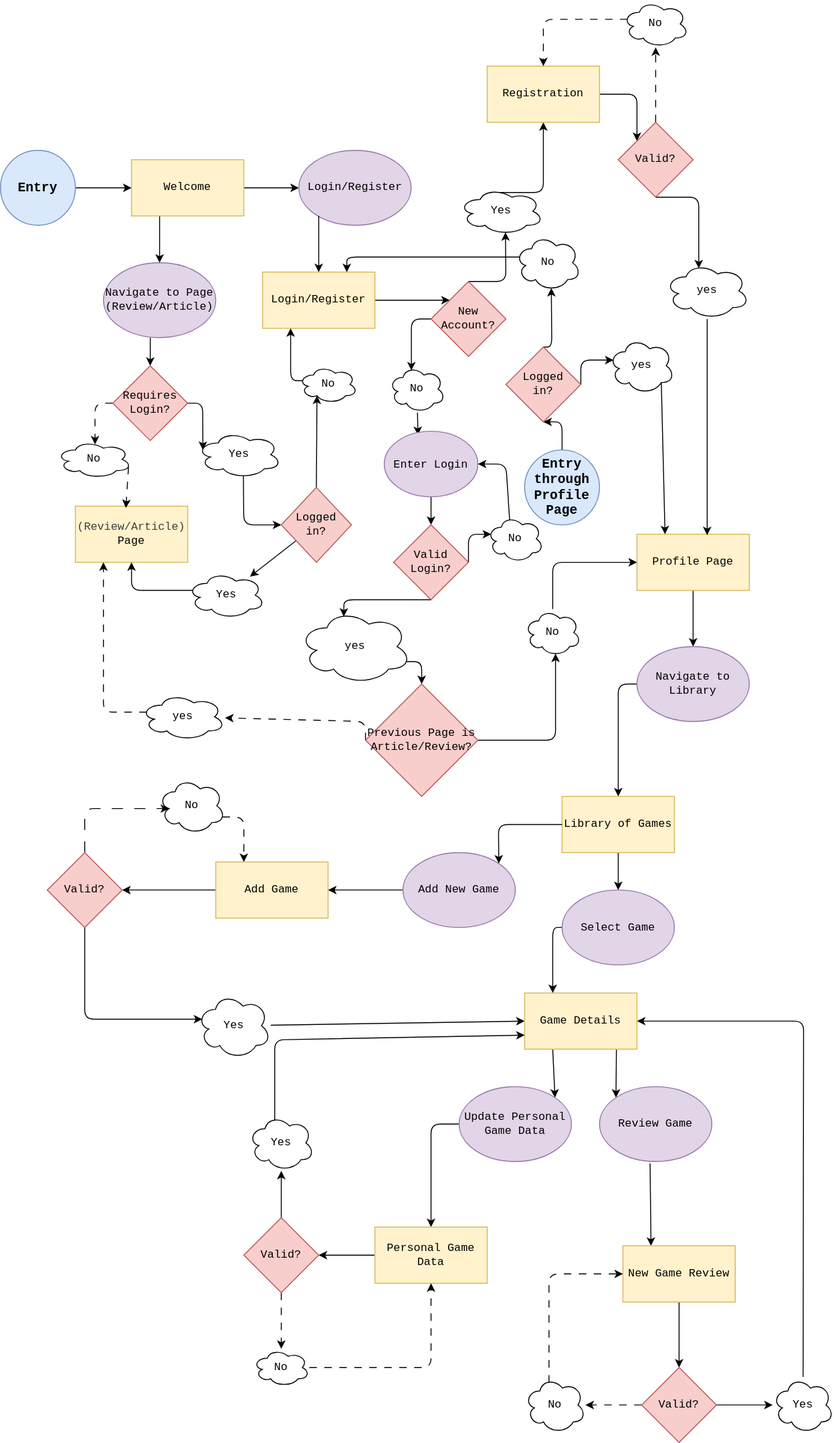
dcpomichter/Springboard-Capstone keeps this draw.io diagram as user_flow.drawio.svg. Above is the earlier version. Source tidied: cells renumbered, new cells last; positions are measured from the earlier drawing's top-left corner, leaving out a move shared by most shapes.
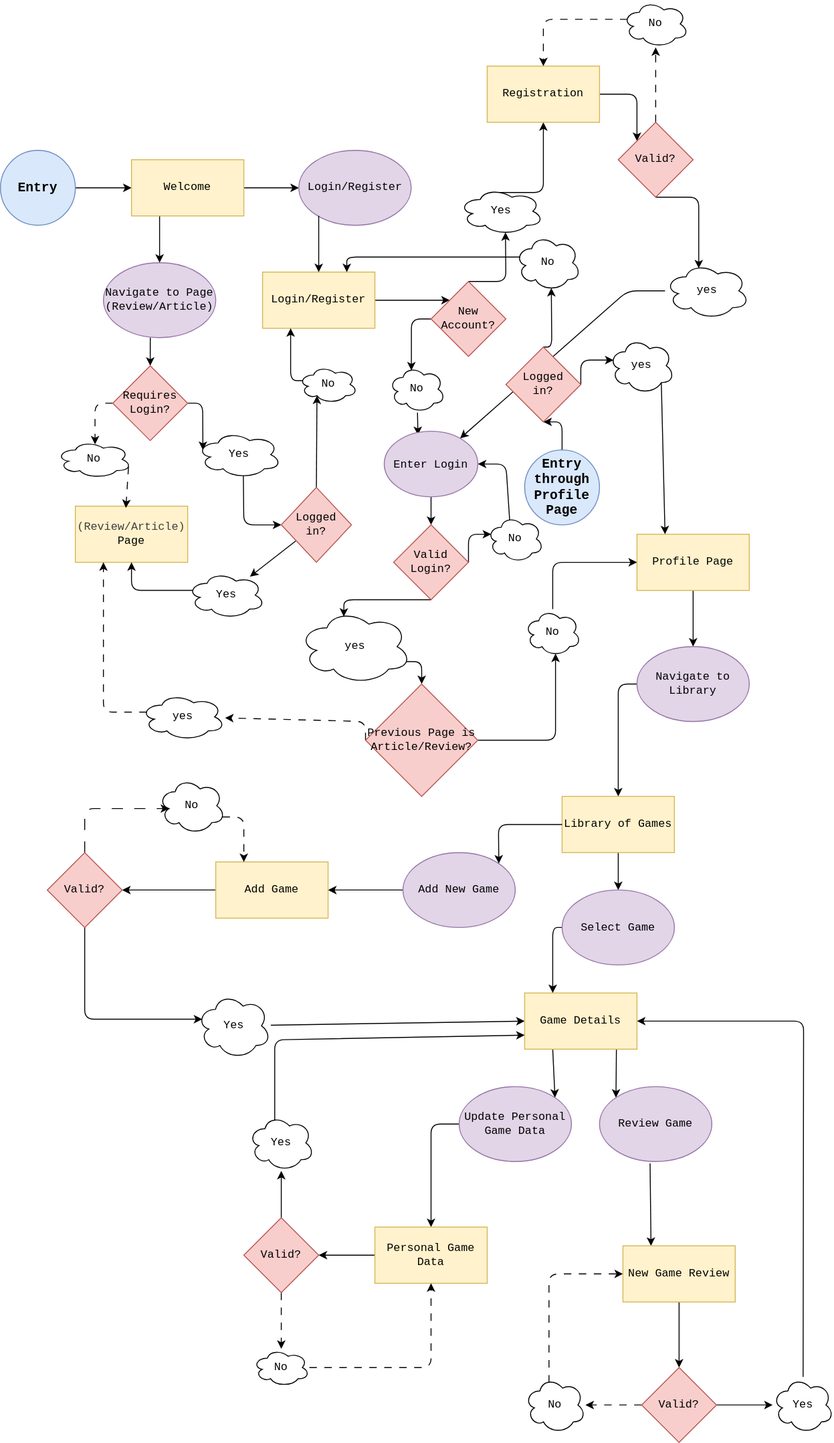
After the commit.

Commit message:
Began Board Game Capstone files

Added Next.js poject files and began work on finalizing functionality

Diff of the diagram source:
```diff
@@ -227,8 +227,12 @@
     <mxCell id="54" value="yes" style="ellipse;shape=cloud;whiteSpace=wrap;html=1;fontFamily=Courier New;" parent="1" vertex="1">
       <mxGeometry x="710" y="280" width="90" height="60" as="geometry" />
     </mxCell>
-    <mxCell id="55" style="edgeStyle=none;html=1;entryX=0.625;entryY=0.017;entryDx=0;entryDy=0;entryPerimeter=0;" parent="1" edge="1" source="54" target="50">
-      <mxGeometry relative="1" as="geometry" />
+    <mxCell id="55" style="edgeStyle=none;html=1;" parent="1" edge="1" source="54" target="36">
+      <mxGeometry relative="1" as="geometry">
+        <Array as="points">
+          <mxPoint x="670" y="310" />
+        </Array>
+      </mxGeometry>
     </mxCell>
     <mxCell id="56" style="edgeStyle=none;html=1;entryX=0.5;entryY=0;entryDx=0;entryDy=0;exitX=0.07;exitY=0.4;exitDx=0;exitDy=0;exitPerimeter=0;dashed=1;dashPattern=8 8;" parent="1" edge="1" source="57" target="43">
       <mxGeometry relative="1" as="geometry">
```
